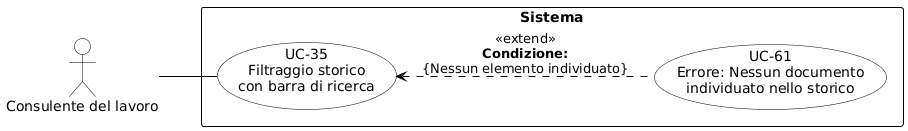
Earlier version of the PlantUML export RTB/Analisi dei Requisiti/diagrammi_use_case/UC-35.png (aLittleByte-19/Documentazione).
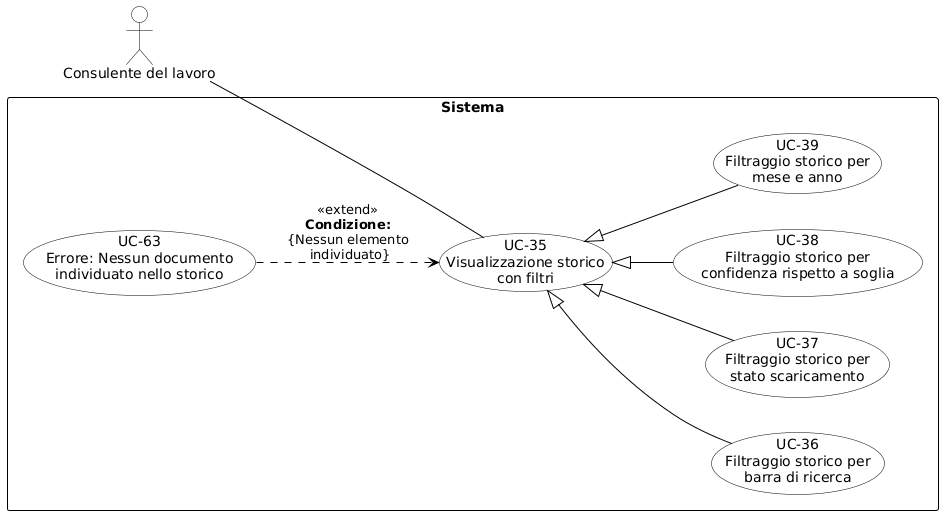
Above is the later version.

Diff of the diagram source:
```diff
@@ -2,8 +2,6 @@
 skinparam shadowing false
 skinparam defaultFontName Arial
 left to right direction
-skinparam nodesep 15
-skinparam ranksep 50
 
 skinparam usecase {
     BackgroundColor white
@@ -19,14 +17,25 @@
     FontStyle bold
 }
 
-actor "Consulente del lavoro" as CL
+actor "Consulente del lavoro" as cdl
 
 rectangle "Sistema" {
-    usecase "UC-35\nFiltraggio storico\ncon barra di ricerca" as UC35
-    usecase "UC-61\nErrore: Nessun documento\nindividuato nello storico" as UC61
+    usecase "UC-35\nVisualizzazione storico\ncon filtri" as UC35
 
-    UC35 <.. UC61 : <<extend>>\n**Condizione:**\n{Nessun elemento individuato}
+    usecase "UC-36\nFiltraggio storico per\nbarra di ricerca" as UC36
+    usecase "UC-37\nFiltraggio storico per\nstato scaricamento" as UC37
+    usecase "UC-38\nFiltraggio storico per\nconfidenza rispetto a soglia" as UC38
+    usecase "UC-39\nFiltraggio storico per\nmese e anno" as UC39
+
+    usecase "UC-63\nErrore: Nessun documento\nindividuato nello storico" as UC63
+
+    UC35 <|-- UC36
+    UC35 <|-- UC37
+    UC35 <|-- UC38
+    UC35 <|-- UC39
+
+    UC63 .down.> UC35 : «extend»\n<b>Condizione:</b>\n{Nessun elemento\n individuato}
 }
 
-CL -- UC35
-@enduml
+cdl -- UC35
+@endl
```
